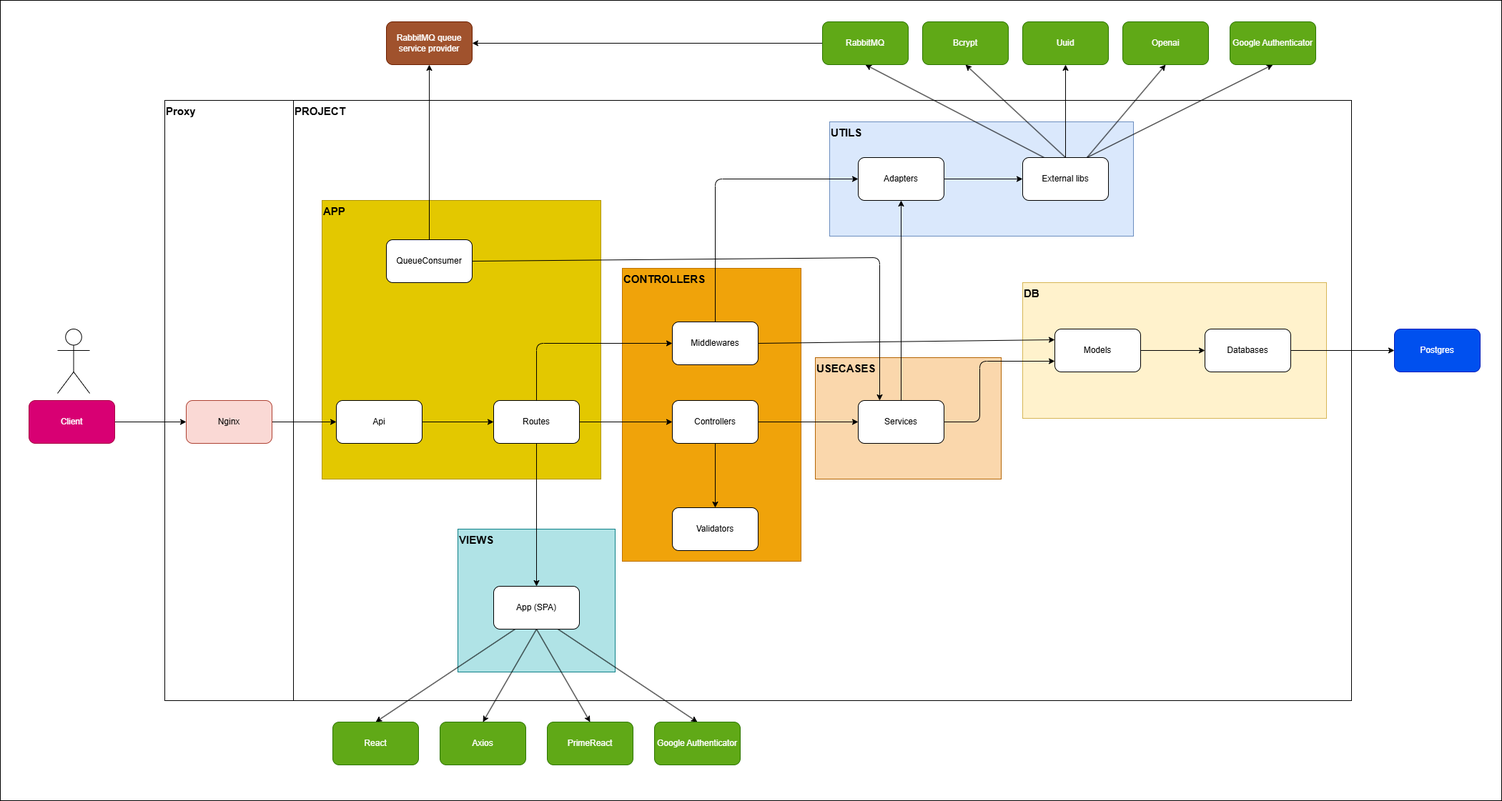
This is docs/architecture.png from DouglasVolcato/educaia, a draw.io export, as it was before one commit. Source tidied: cells renumbered, new cells last; positions are measured from the earlier drawing's top-left corner, leaving out a move shared by most shapes. Its diagram source:
```xml
<mxGraphModel>
  <root>
    <mxCell id="0" />
    <mxCell id="1" parent="0" />
    <mxCell id="2" style="rounded=0;whiteSpace=wrap;html=1;" parent="1" vertex="1">
      <mxGeometry width="2100" height="1120" as="geometry" />
    </mxCell>
    <mxCell id="3" style="rounded=0;whiteSpace=wrap;html=1;" parent="1" vertex="1">
      <mxGeometry x="230" y="140" width="180" height="840" as="geometry" />
    </mxCell>
    <mxCell id="4" style="rounded=0;whiteSpace=wrap;html=1;" parent="1" vertex="1">
      <mxGeometry x="410" y="140" width="1480" height="840" as="geometry" />
    </mxCell>
    <mxCell id="5" style="rounded=0;whiteSpace=wrap;html=1;fillColor=#fad7ac;strokeColor=#b46504;" parent="1" vertex="1">
      <mxGeometry x="1140" y="500" width="260" height="170" as="geometry" />
    </mxCell>
    <mxCell id="6" style="rounded=0;whiteSpace=wrap;html=1;fillColor=#dae8fc;strokeColor=#6c8ebf;" parent="1" vertex="1">
      <mxGeometry x="1160" y="170" width="425" height="160" as="geometry" />
    </mxCell>
    <mxCell id="7" style="rounded=0;whiteSpace=wrap;html=1;fillColor=#fff2cc;strokeColor=#d6b656;" parent="1" vertex="1">
      <mxGeometry x="1430" y="395" width="425" height="190" as="geometry" />
    </mxCell>
    <mxCell id="8" style="rounded=0;whiteSpace=wrap;html=1;fillColor=#f0a30a;strokeColor=#BD7000;fontColor=#000000;" parent="1" vertex="1">
      <mxGeometry x="870" y="375" width="250" height="410" as="geometry" />
    </mxCell>
    <mxCell id="9" style="rounded=0;whiteSpace=wrap;html=1;fillColor=#b0e3e6;strokeColor=#0e8088;" parent="1" vertex="1">
      <mxGeometry x="640" y="740" width="220" height="200" as="geometry" />
    </mxCell>
    <mxCell id="10" style="rounded=0;whiteSpace=wrap;html=1;fillColor=#e3c800;fontColor=#000000;strokeColor=#B09500;" parent="1" vertex="1">
      <mxGeometry x="450" y="280" width="390" height="390" as="geometry" />
    </mxCell>
    <mxCell id="11" style="edgeStyle=none;html=1;exitX=1;exitY=0.5;exitDx=0;exitDy=0;" parent="1" edge="1" source="12" target="14">
      <mxGeometry relative="1" as="geometry" />
    </mxCell>
    <mxCell id="12" value="Nginx" style="rounded=1;whiteSpace=wrap;html=1;fillColor=#fad9d5;strokeColor=#ae4132;" parent="1" vertex="1">
      <mxGeometry x="260" y="560" width="120" height="60" as="geometry" />
    </mxCell>
    <mxCell id="13" style="edgeStyle=none;html=1;exitX=1;exitY=0.5;exitDx=0;exitDy=0;entryX=0;entryY=0.5;entryDx=0;entryDy=0;" parent="1" edge="1" source="14" target="18">
      <mxGeometry relative="1" as="geometry" />
    </mxCell>
    <mxCell id="14" value="Api" style="rounded=1;whiteSpace=wrap;html=1;" parent="1" vertex="1">
      <mxGeometry x="470" y="560" width="120" height="60" as="geometry" />
    </mxCell>
    <mxCell id="15" style="edgeStyle=none;html=1;exitX=1;exitY=0.5;exitDx=0;exitDy=0;entryX=0;entryY=0.5;entryDx=0;entryDy=0;" parent="1" edge="1" source="18" target="21">
      <mxGeometry relative="1" as="geometry" />
    </mxCell>
    <mxCell id="16" style="edgeStyle=none;html=1;exitX=0.5;exitY=0;exitDx=0;exitDy=0;entryX=0;entryY=0.5;entryDx=0;entryDy=0;" parent="1" edge="1" source="18" target="31">
      <mxGeometry relative="1" as="geometry">
        <Array as="points">
          <mxPoint x="750" y="480" />
        </Array>
      </mxGeometry>
    </mxCell>
    <mxCell id="17" style="edgeStyle=none;html=1;exitX=0.5;exitY=1;exitDx=0;exitDy=0;" parent="1" edge="1" source="18" target="47">
      <mxGeometry relative="1" as="geometry" />
    </mxCell>
    <mxCell id="18" value="Routes" style="rounded=1;whiteSpace=wrap;html=1;" parent="1" vertex="1">
      <mxGeometry x="690" y="560" width="120" height="60" as="geometry" />
    </mxCell>
    <mxCell id="19" style="edgeStyle=none;html=1;exitX=1;exitY=0.5;exitDx=0;exitDy=0;entryX=0;entryY=0.5;entryDx=0;entryDy=0;" parent="1" edge="1" source="21" target="24">
      <mxGeometry relative="1" as="geometry" />
    </mxCell>
    <mxCell id="20" style="edgeStyle=none;html=1;exitX=0.5;exitY=1;exitDx=0;exitDy=0;" parent="1" edge="1" source="21" target="42">
      <mxGeometry relative="1" as="geometry" />
    </mxCell>
    <mxCell id="21" value="Controllers" style="rounded=1;whiteSpace=wrap;html=1;" parent="1" vertex="1">
      <mxGeometry x="940" y="560" width="120" height="60" as="geometry" />
    </mxCell>
    <mxCell id="22" style="edgeStyle=none;html=1;exitX=1;exitY=0.5;exitDx=0;exitDy=0;entryX=0;entryY=0.75;entryDx=0;entryDy=0;" parent="1" edge="1" source="24" target="28">
      <mxGeometry relative="1" as="geometry">
        <Array as="points">
          <mxPoint x="1370" y="590" />
          <mxPoint x="1370" y="505" />
        </Array>
      </mxGeometry>
    </mxCell>
    <mxCell id="23" style="edgeStyle=none;html=1;exitX=0.5;exitY=0;exitDx=0;exitDy=0;entryX=0.5;entryY=1;entryDx=0;entryDy=0;" parent="1" edge="1" source="24" target="35">
      <mxGeometry relative="1" as="geometry" />
    </mxCell>
    <mxCell id="24" value="Services" style="rounded=1;whiteSpace=wrap;html=1;" parent="1" vertex="1">
      <mxGeometry x="1200" y="560" width="120" height="60" as="geometry" />
    </mxCell>
    <mxCell id="25" style="edgeStyle=none;html=1;exitX=1;exitY=0.5;exitDx=0;exitDy=0;entryX=0;entryY=0.5;entryDx=0;entryDy=0;" parent="1" edge="1" source="26" target="12">
      <mxGeometry relative="1" as="geometry" />
    </mxCell>
    <mxCell id="26" value="Client" style="rounded=1;whiteSpace=wrap;html=1;fillColor=#d80073;strokeColor=#A50040;fontColor=#ffffff;" parent="1" vertex="1">
      <mxGeometry x="40" y="560" width="120" height="60" as="geometry" />
    </mxCell>
    <mxCell id="27" style="edgeStyle=none;html=1;exitX=1;exitY=0.5;exitDx=0;exitDy=0;entryX=0;entryY=0.5;entryDx=0;entryDy=0;" parent="1" edge="1" source="28" target="33">
      <mxGeometry relative="1" as="geometry" />
    </mxCell>
    <mxCell id="28" value="Models" style="rounded=1;whiteSpace=wrap;html=1;" parent="1" vertex="1">
      <mxGeometry x="1475" y="460" width="120" height="60" as="geometry" />
    </mxCell>
    <mxCell id="29" style="edgeStyle=none;html=1;exitX=0.5;exitY=0;exitDx=0;exitDy=0;entryX=0;entryY=0.5;entryDx=0;entryDy=0;" parent="1" edge="1" source="31" target="35">
      <mxGeometry relative="1" as="geometry">
        <Array as="points">
          <mxPoint x="1000" y="250" />
        </Array>
      </mxGeometry>
    </mxCell>
    <mxCell id="30" style="edgeStyle=none;html=1;exitX=1;exitY=0.5;exitDx=0;exitDy=0;entryX=0;entryY=0.25;entryDx=0;entryDy=0;" parent="1" edge="1" source="31" target="28">
      <mxGeometry relative="1" as="geometry" />
    </mxCell>
    <mxCell id="31" value="Middlewares" style="rounded=1;whiteSpace=wrap;html=1;" parent="1" vertex="1">
      <mxGeometry x="940" y="450" width="120" height="60" as="geometry" />
    </mxCell>
    <mxCell id="32" style="edgeStyle=none;html=1;exitX=1;exitY=0.5;exitDx=0;exitDy=0;entryX=0;entryY=0.5;entryDx=0;entryDy=0;" parent="1" edge="1" source="33" target="61">
      <mxGeometry relative="1" as="geometry" />
    </mxCell>
    <mxCell id="33" value="Databases" style="rounded=1;whiteSpace=wrap;html=1;" parent="1" vertex="1">
      <mxGeometry x="1685" y="460" width="120" height="60" as="geometry" />
    </mxCell>
    <mxCell id="34" style="edgeStyle=none;html=1;exitX=1;exitY=0.5;exitDx=0;exitDy=0;" parent="1" edge="1" source="35" target="41">
      <mxGeometry relative="1" as="geometry" />
    </mxCell>
    <mxCell id="35" value="Adapters" style="rounded=1;whiteSpace=wrap;html=1;" parent="1" vertex="1">
      <mxGeometry x="1200" y="220" width="120" height="60" as="geometry" />
    </mxCell>
    <mxCell id="36" style="edgeStyle=none;html=1;exitX=0.25;exitY=0;exitDx=0;exitDy=0;entryX=0.5;entryY=1;entryDx=0;entryDy=0;" parent="1" edge="1" source="41" target="58">
      <mxGeometry relative="1" as="geometry" />
    </mxCell>
    <mxCell id="37" style="edgeStyle=none;html=1;exitX=0.5;exitY=0;exitDx=0;exitDy=0;entryX=0.5;entryY=1;entryDx=0;entryDy=0;" parent="1" edge="1" source="41" target="59">
      <mxGeometry relative="1" as="geometry" />
    </mxCell>
    <mxCell id="38" style="edgeStyle=none;html=1;exitX=0.5;exitY=0;exitDx=0;exitDy=0;entryX=0.5;entryY=1;entryDx=0;entryDy=0;" parent="1" edge="1" source="41" target="60">
      <mxGeometry relative="1" as="geometry" />
    </mxCell>
    <mxCell id="39" style="edgeStyle=none;html=1;exitX=0.75;exitY=0;exitDx=0;exitDy=0;entryX=0.5;entryY=1;entryDx=0;entryDy=0;" parent="1" edge="1" source="41" target="66">
      <mxGeometry relative="1" as="geometry" />
    </mxCell>
    <mxCell id="40" style="edgeStyle=none;html=1;exitX=0.75;exitY=0;exitDx=0;exitDy=0;entryX=0.5;entryY=1;entryDx=0;entryDy=0;" parent="1" edge="1" source="41" target="67">
      <mxGeometry relative="1" as="geometry" />
    </mxCell>
    <mxCell id="41" value="External libs" style="rounded=1;whiteSpace=wrap;html=1;" parent="1" vertex="1">
      <mxGeometry x="1430" y="220" width="120" height="60" as="geometry" />
    </mxCell>
    <mxCell id="42" value="Validators" style="rounded=1;whiteSpace=wrap;html=1;" parent="1" vertex="1">
      <mxGeometry x="940" y="710" width="120" height="60" as="geometry" />
    </mxCell>
    <mxCell id="43" style="edgeStyle=none;html=1;exitX=0.25;exitY=1;exitDx=0;exitDy=0;entryX=0.5;entryY=0;entryDx=0;entryDy=0;" parent="1" edge="1" source="47" target="68">
      <mxGeometry relative="1" as="geometry" />
    </mxCell>
    <mxCell id="44" style="edgeStyle=none;html=1;exitX=0.5;exitY=1;exitDx=0;exitDy=0;entryX=0.5;entryY=0;entryDx=0;entryDy=0;" parent="1" edge="1" source="47" target="69">
      <mxGeometry relative="1" as="geometry" />
    </mxCell>
    <mxCell id="45" style="edgeStyle=none;html=1;exitX=0.5;exitY=1;exitDx=0;exitDy=0;entryX=0.5;entryY=0;entryDx=0;entryDy=0;" parent="1" edge="1" source="47" target="70">
      <mxGeometry relative="1" as="geometry" />
    </mxCell>
    <mxCell id="46" style="edgeStyle=none;html=1;exitX=0.75;exitY=1;exitDx=0;exitDy=0;entryX=0.5;entryY=0;entryDx=0;entryDy=0;" parent="1" edge="1" source="47" target="71">
      <mxGeometry relative="1" as="geometry" />
    </mxCell>
    <mxCell id="47" value="App (SPA)" style="rounded=1;whiteSpace=wrap;html=1;" parent="1" vertex="1">
      <mxGeometry x="690" y="820" width="120" height="60" as="geometry" />
    </mxCell>
    <mxCell id="48" value="&lt;b&gt;&lt;font style=&quot;font-size: 15px;&quot;&gt;APP&lt;/font&gt;&lt;/b&gt;" style="text;html=1;align=left;verticalAlign=middle;whiteSpace=wrap;rounded=0;" parent="1" vertex="1">
      <mxGeometry x="450" y="280" width="60" height="30" as="geometry" />
    </mxCell>
    <mxCell id="49" value="&lt;b&gt;&lt;font style=&quot;font-size: 15px;&quot;&gt;VIEWS&lt;/font&gt;&lt;/b&gt;" style="text;html=1;align=left;verticalAlign=middle;whiteSpace=wrap;rounded=0;" parent="1" vertex="1">
      <mxGeometry x="640" y="740" width="60" height="30" as="geometry" />
    </mxCell>
    <mxCell id="50" value="&lt;b&gt;&lt;font style=&quot;font-size: 15px;&quot;&gt;CONTROLLERS&lt;/font&gt;&lt;/b&gt;" style="text;html=1;align=left;verticalAlign=middle;whiteSpace=wrap;rounded=0;" parent="1" vertex="1">
      <mxGeometry x="870" y="375" width="60" height="30" as="geometry" />
    </mxCell>
    <mxCell id="51" value="&lt;b&gt;&lt;font style=&quot;font-size: 15px;&quot;&gt;DB&lt;/font&gt;&lt;/b&gt;" style="text;html=1;align=left;verticalAlign=middle;whiteSpace=wrap;rounded=0;" parent="1" vertex="1">
      <mxGeometry x="1430" y="395" width="60" height="30" as="geometry" />
    </mxCell>
    <mxCell id="52" value="&lt;b&gt;&lt;font style=&quot;font-size: 15px;&quot;&gt;UTILS&lt;/font&gt;&lt;/b&gt;" style="text;html=1;align=left;verticalAlign=middle;whiteSpace=wrap;rounded=0;" parent="1" vertex="1">
      <mxGeometry x="1160" y="170" width="60" height="30" as="geometry" />
    </mxCell>
    <mxCell id="53" value="&lt;b&gt;&lt;font style=&quot;font-size: 15px;&quot;&gt;USECASES&lt;/font&gt;&lt;/b&gt;" style="text;html=1;align=left;verticalAlign=middle;whiteSpace=wrap;rounded=0;" parent="1" vertex="1">
      <mxGeometry x="1140" y="500" width="60" height="30" as="geometry" />
    </mxCell>
    <mxCell id="54" value="&lt;b&gt;&lt;font style=&quot;font-size: 15px;&quot;&gt;PROJECT&lt;/font&gt;&lt;/b&gt;" style="text;html=1;align=left;verticalAlign=middle;whiteSpace=wrap;rounded=0;" parent="1" vertex="1">
      <mxGeometry x="410" y="140" width="60" height="30" as="geometry" />
    </mxCell>
    <mxCell id="55" value="&lt;b&gt;&lt;font style=&quot;font-size: 15px;&quot;&gt;Proxy&lt;/font&gt;&lt;/b&gt;" style="text;html=1;align=left;verticalAlign=middle;whiteSpace=wrap;rounded=0;" parent="1" vertex="1">
      <mxGeometry x="230" y="140" width="60" height="30" as="geometry" />
    </mxCell>
    <mxCell id="56" style="shape=umlActor;verticalLabelPosition=bottom;verticalAlign=top;html=1;" parent="1" vertex="1">
      <mxGeometry x="80" y="460" width="45" height="90" as="geometry" />
    </mxCell>
    <mxCell id="57" style="edgeStyle=none;html=1;exitX=0;exitY=0.5;exitDx=0;exitDy=0;entryX=1;entryY=0.5;entryDx=0;entryDy=0;" parent="1" edge="1" source="58" target="62">
      <mxGeometry relative="1" as="geometry" />
    </mxCell>
    <mxCell id="58" value="&lt;span style=&quot;&quot;&gt;&lt;font style=&quot;color: rgb(255, 255, 255);&quot;&gt;RabbitMQ&lt;/font&gt;&lt;/span&gt;" style="rounded=1;whiteSpace=wrap;html=1;fillColor=#60a917;fontColor=#FFFFFF;strokeColor=#2D7600;" parent="1" vertex="1">
      <mxGeometry x="1150" y="30" width="120" height="60" as="geometry" />
    </mxCell>
    <mxCell id="59" value="Bcrypt" style="rounded=1;whiteSpace=wrap;html=1;fillColor=#60a917;fontColor=#FFFFFF;strokeColor=#2D7600;" parent="1" vertex="1">
      <mxGeometry x="1290" y="30" width="120" height="60" as="geometry" />
    </mxCell>
    <mxCell id="60" value="Uuid" style="rounded=1;whiteSpace=wrap;html=1;fillColor=#60a917;fontColor=#FFFFFF;strokeColor=#2D7600;" parent="1" vertex="1">
      <mxGeometry x="1430" y="30" width="120" height="60" as="geometry" />
    </mxCell>
    <mxCell id="61" value="Postgres" style="rounded=1;whiteSpace=wrap;html=1;fillColor=#0050ef;fontColor=#ffffff;strokeColor=#001DBC;" parent="1" vertex="1">
      <mxGeometry x="1950" y="460" width="120" height="60" as="geometry" />
    </mxCell>
    <mxCell id="62" value="RabbitMQ queue service provider" style="rounded=1;whiteSpace=wrap;html=1;fillColor=#a0522d;fontColor=#ffffff;strokeColor=#6D1F00;" parent="1" vertex="1">
      <mxGeometry x="540" y="30" width="120" height="60" as="geometry" />
    </mxCell>
    <mxCell id="63" style="edgeStyle=none;html=1;exitX=0.5;exitY=0;exitDx=0;exitDy=0;entryX=0.5;entryY=1;entryDx=0;entryDy=0;" parent="1" edge="1" source="65" target="62">
      <mxGeometry relative="1" as="geometry" />
    </mxCell>
    <mxCell id="64" style="edgeStyle=none;html=1;exitX=1;exitY=0.5;exitDx=0;exitDy=0;entryX=0.25;entryY=0;entryDx=0;entryDy=0;" parent="1" edge="1" source="65" target="24">
      <mxGeometry relative="1" as="geometry">
        <Array as="points">
          <mxPoint x="1230" y="360" />
        </Array>
      </mxGeometry>
    </mxCell>
    <mxCell id="65" value="QueueConsumer" style="rounded=1;whiteSpace=wrap;html=1;" parent="1" vertex="1">
      <mxGeometry x="540" y="335" width="120" height="60" as="geometry" />
    </mxCell>
    <mxCell id="66" value="Openai" style="rounded=1;whiteSpace=wrap;html=1;fillColor=#60a917;fontColor=#FFFFFF;strokeColor=#2D7600;" parent="1" vertex="1">
      <mxGeometry x="1570" y="30" width="120" height="60" as="geometry" />
    </mxCell>
    <mxCell id="67" value="Google Authenticator" style="rounded=1;whiteSpace=wrap;html=1;fillColor=#60a917;fontColor=#FFFFFF;strokeColor=#2D7600;" parent="1" vertex="1">
      <mxGeometry x="1720" y="30" width="120" height="60" as="geometry" />
    </mxCell>
    <mxCell id="68" value="React" style="rounded=1;whiteSpace=wrap;html=1;fillColor=#60a917;fontColor=#ffffff;strokeColor=#2D7600;" parent="1" vertex="1">
      <mxGeometry x="465" y="1010" width="120" height="60" as="geometry" />
    </mxCell>
    <mxCell id="69" value="Axios" style="rounded=1;whiteSpace=wrap;html=1;fillColor=#60a917;fontColor=#ffffff;strokeColor=#2D7600;" parent="1" vertex="1">
      <mxGeometry x="615" y="1010" width="120" height="60" as="geometry" />
    </mxCell>
    <mxCell id="70" value="PrimeReact" style="rounded=1;whiteSpace=wrap;html=1;fillColor=#60a917;fontColor=#ffffff;strokeColor=#2D7600;" parent="1" vertex="1">
      <mxGeometry x="765" y="1010" width="120" height="60" as="geometry" />
    </mxCell>
    <mxCell id="71" value="Google Authenticator" style="rounded=1;whiteSpace=wrap;html=1;fillColor=#60a917;fontColor=#ffffff;strokeColor=#2D7600;" parent="1" vertex="1">
      <mxGeometry x="915" y="1010" width="120" height="60" as="geometry" />
    </mxCell>
  </root>
</mxGraphModel>
```
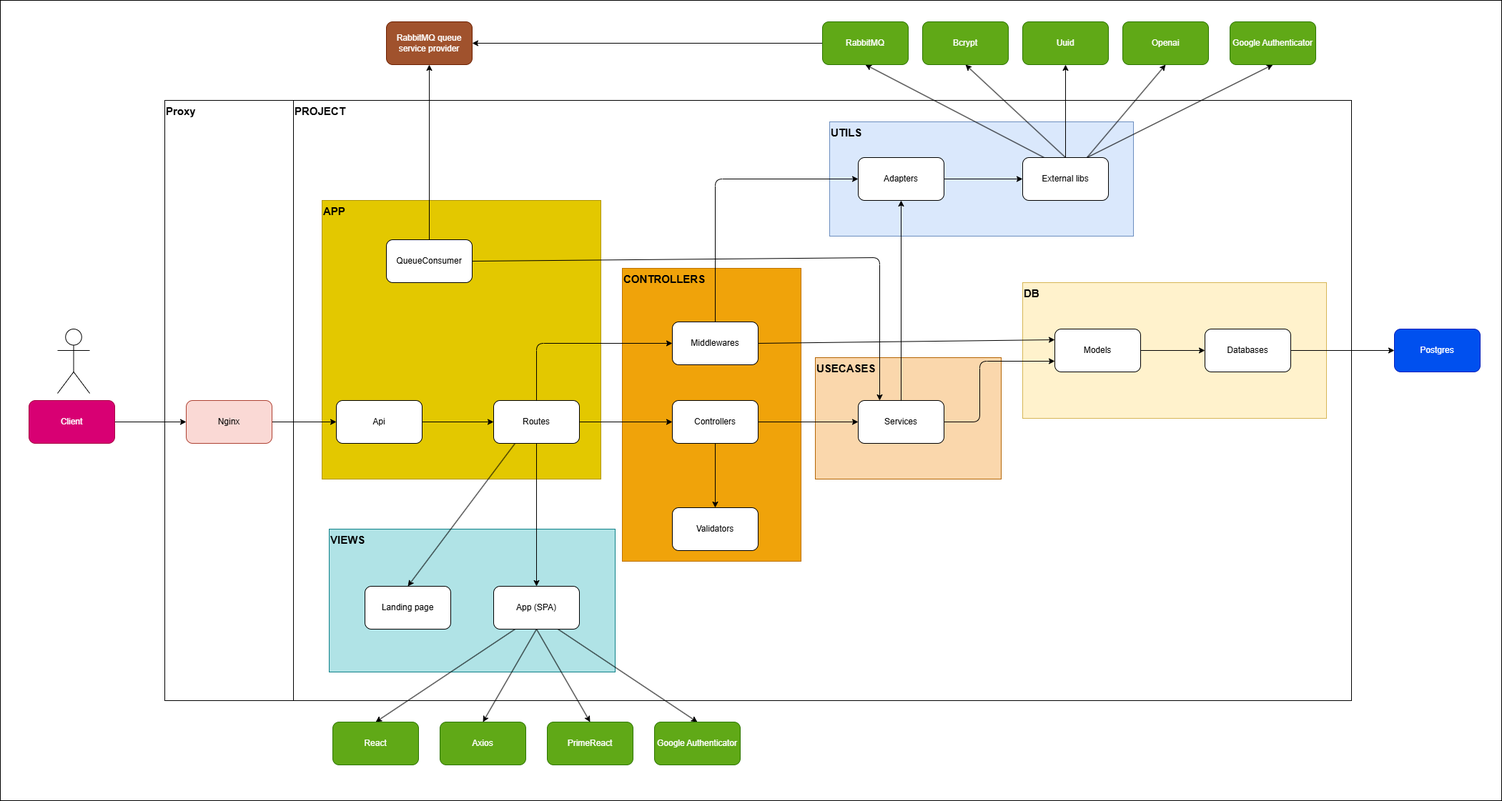
Later version of the same file.

Commit message:
docs: implement architecture

Change to the diagram source:
```diff
@@ -24,7 +24,7 @@
       <mxGeometry x="870" y="375" width="250" height="410" as="geometry" />
     </mxCell>
     <mxCell id="9" style="rounded=0;whiteSpace=wrap;html=1;fillColor=#b0e3e6;strokeColor=#0e8088;" parent="1" vertex="1">
-      <mxGeometry x="640" y="740" width="220" height="200" as="geometry" />
+      <mxGeometry x="460" y="740" width="400" height="200" as="geometry" />
     </mxCell>
     <mxCell id="10" style="rounded=0;whiteSpace=wrap;html=1;fillColor=#e3c800;fontColor=#000000;strokeColor=#B09500;" parent="1" vertex="1">
       <mxGeometry x="450" y="280" width="390" height="390" as="geometry" />
@@ -54,6 +54,9 @@
     <mxCell id="17" style="edgeStyle=none;html=1;exitX=0.5;exitY=1;exitDx=0;exitDy=0;" parent="1" edge="1" source="18" target="47">
       <mxGeometry relative="1" as="geometry" />
     </mxCell>
+    <mxCell id="72" style="edgeStyle=none;html=1;exitX=0.25;exitY=1;exitDx=0;exitDy=0;entryX=0.5;entryY=0;entryDx=0;entryDy=0;" parent="1" edge="1" source="18" target="73">
+      <mxGeometry relative="1" as="geometry" />
+    </mxCell>
     <mxCell id="18" value="Routes" style="rounded=1;whiteSpace=wrap;html=1;" parent="1" vertex="1">
       <mxGeometry x="690" y="560" width="120" height="60" as="geometry" />
     </mxCell>
@@ -157,7 +160,7 @@
       <mxGeometry x="450" y="280" width="60" height="30" as="geometry" />
     </mxCell>
     <mxCell id="49" value="&lt;b&gt;&lt;font style=&quot;font-size: 15px;&quot;&gt;VIEWS&lt;/font&gt;&lt;/b&gt;" style="text;html=1;align=left;verticalAlign=middle;whiteSpace=wrap;rounded=0;" parent="1" vertex="1">
-      <mxGeometry x="640" y="740" width="60" height="30" as="geometry" />
+      <mxGeometry x="460" y="740" width="60" height="30" as="geometry" />
     </mxCell>
     <mxCell id="50" value="&lt;b&gt;&lt;font style=&quot;font-size: 15px;&quot;&gt;CONTROLLERS&lt;/font&gt;&lt;/b&gt;" style="text;html=1;align=left;verticalAlign=middle;whiteSpace=wrap;rounded=0;" parent="1" vertex="1">
       <mxGeometry x="870" y="375" width="60" height="30" as="geometry" />
@@ -229,5 +232,8 @@
     <mxCell id="71" value="Google Authenticator" style="rounded=1;whiteSpace=wrap;html=1;fillColor=#60a917;fontColor=#ffffff;strokeColor=#2D7600;" parent="1" vertex="1">
       <mxGeometry x="915" y="1010" width="120" height="60" as="geometry" />
     </mxCell>
+    <mxCell id="73" value="Landing page" style="rounded=1;whiteSpace=wrap;html=1;" parent="1" vertex="1">
+      <mxGeometry x="510" y="820" width="120" height="60" as="geometry" />
+    </mxCell>
   </root>
 </mxGraphModel>
```
